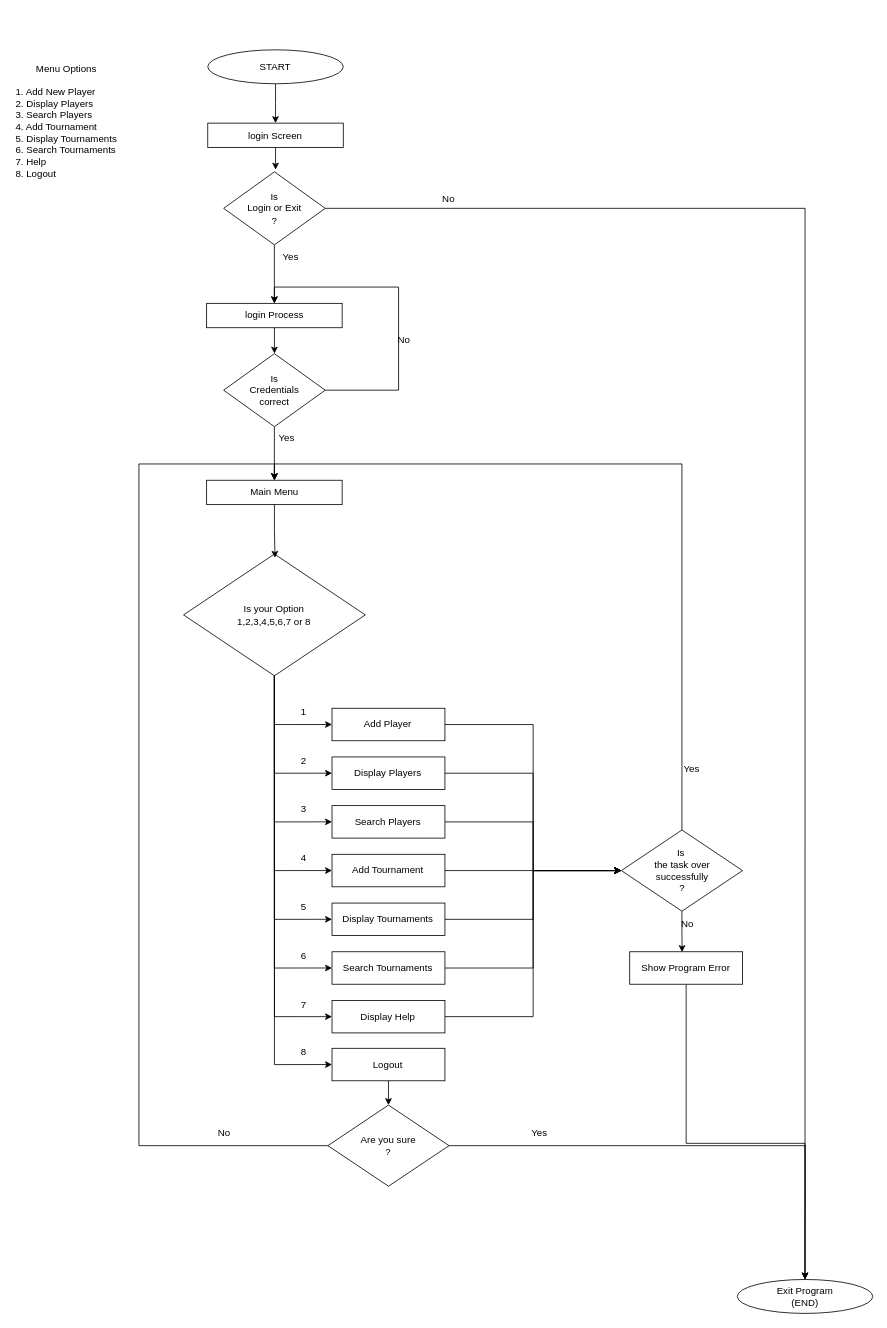
Anuja-jayasinghe/DrawIo_Projects keeps this draw.io diagram as javaChessAcademy.drawio. Above is the earlier version. Source tidied: cells renumbered, new cells numbered last; positions are measured from the earlier drawing's top-left corner, leaving out a move shared by most shapes. Both pictures are drawn from the tidied source at 81%, with x=0, y=0 at pixel (14, 49).
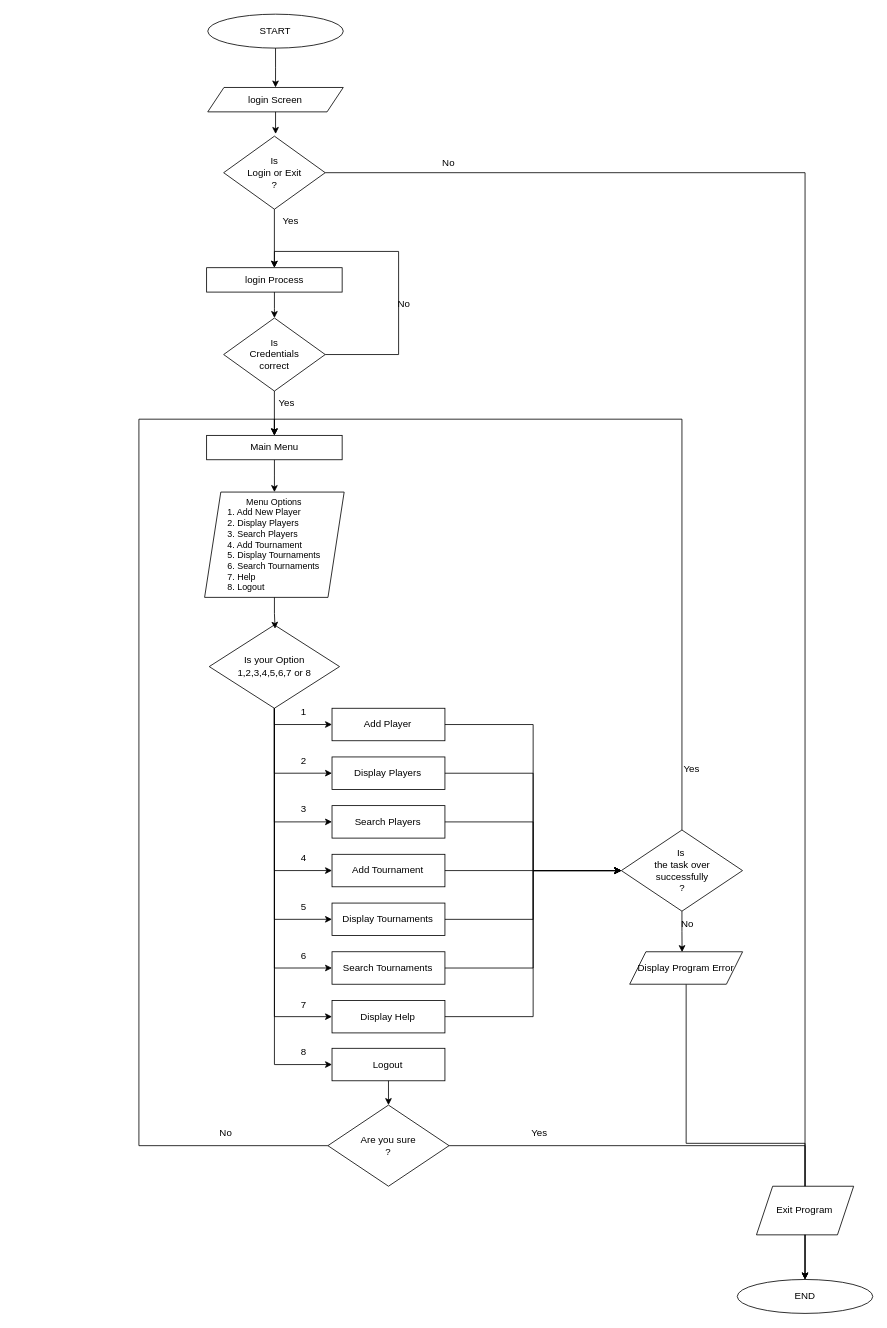
Above is the later version.

The change refers to these unchanged cells:
```xml
<mxCell id="34" value="&lt;div&gt;Is&amp;nbsp;&lt;/div&gt;&lt;div&gt;the task over&lt;/div&gt;&lt;div&gt;successfully&lt;/div&gt;&lt;div&gt;&lt;span style=&quot;background-color: transparent; color: light-dark(rgb(0, 0, 0), rgb(255, 255, 255));&quot;&gt;?&lt;/span&gt;&lt;/div&gt;" style="rhombus;whiteSpace=wrap;html=1;align=center;" parent="1" vertex="1">
  <mxGeometry x="749.6" y="963.2" width="149.6" height="100.2" as="geometry" />
</mxCell>
<mxCell id="39" value="&lt;div&gt;Are you sure&lt;/div&gt;&lt;div&gt;?&lt;/div&gt;" style="rhombus;whiteSpace=wrap;html=1;align=center;" parent="1" vertex="1">
  <mxGeometry x="387.3" y="1302.8" width="149.6" height="100.2" as="geometry" />
</mxCell>
```

The edit, as a diff of the source:
```diff
@@
     <mxCell id="3" value="START" style="ellipse;whiteSpace=wrap;html=1;" parent="1" vertex="1">
-      <mxGeometry x="239" width="167.3" height="41.9" as="geometry" />
+      <mxGeometry x="239" y="-44" width="167.3" height="41.9" as="geometry" />
     </mxCell>
@@
-    <mxCell id="5" value="Exit Program&lt;div&gt;(END)&lt;/div&gt;" style="ellipse;whiteSpace=wrap;html=1;" parent="1" vertex="1">
+    <mxCell id="5" value="END" style="ellipse;whiteSpace=wrap;html=1;" parent="1" vertex="1">
       <mxGeometry x="892.7" y="1518.1" width="167.3" height="41.9" as="geometry" />
     </mxCell>
@@
-    <mxCell id="7" value="login Screen" style="rounded=0;whiteSpace=wrap;html=1;" parent="1" vertex="1">
-      <mxGeometry x="239" y="90.5" width="167.3" height="30.1" as="geometry" />
+    <mxCell id="7" value="login Screen" style="shape=parallelogram;perimeter=parallelogramPerimeter;whiteSpace=wrap;html=1;fixedSize=1;" parent="1" vertex="1">
+      <mxGeometry x="239" y="46.5" width="167.3" height="30.1" as="geometry" />
     </mxCell>
     <mxCell id="8" value="Is&lt;div&gt;Login or Exit&lt;/div&gt;&lt;div&gt;?&lt;/div&gt;" style="rhombus;whiteSpace=wrap;html=1;" parent="1" vertex="1">
-      <mxGeometry x="258.6" y="150.6" width="125.4" height="90.2" as="geometry" />
+      <mxGeometry x="258.6" y="106.6" width="125.4" height="90.2" as="geometry" />
     </mxCell>
     <mxCell id="9" value="No" style="text;html=1;align=center;verticalAlign=middle;strokeColor=none;fillColor=none;" parent="1" vertex="1">
-      <mxGeometry x="516.4" y="168.7" width="40" height="30" as="geometry" />
+      <mxGeometry x="516.4" y="124.7" width="40" height="30" as="geometry" />
     </mxCell>
     <mxCell id="10" value="login Process" style="rounded=0;whiteSpace=wrap;html=1;" parent="1" vertex="1">
-      <mxGeometry x="237.6" y="313" width="167.3" height="30.1" as="geometry" />
+      <mxGeometry x="237.6" y="269" width="167.3" height="30.1" as="geometry" />
     </mxCell>
     <mxCell id="11" value="Is&lt;div&gt;Credentials&lt;/div&gt;&lt;div&gt;correct&lt;/div&gt;" style="rhombus;whiteSpace=wrap;html=1;" parent="1" vertex="1">
-      <mxGeometry x="258.6" y="375.1" width="125.4" height="90.2" as="geometry" />
+      <mxGeometry x="258.6" y="331.1" width="125.4" height="90.2" as="geometry" />
     </mxCell>
     <mxCell id="12" value="No" style="text;html=1;align=center;verticalAlign=middle;strokeColor=none;fillColor=none;" parent="1" vertex="1">
-      <mxGeometry x="460.7" y="343" width="40" height="30" as="geometry" />
+      <mxGeometry x="460.7" y="299" width="40" height="30" as="geometry" />
     </mxCell>
     <mxCell id="13" value="Yes" style="text;html=1;align=center;verticalAlign=middle;strokeColor=none;fillColor=none;" parent="1" vertex="1">
-      <mxGeometry x="320.7" y="240.8" width="40" height="30" as="geometry" />
+      <mxGeometry x="320.7" y="196.8" width="40" height="30" as="geometry" />
     </mxCell>
     <mxCell id="14" value="Yes" style="text;html=1;align=center;verticalAlign=middle;strokeColor=none;fillColor=none;" parent="1" vertex="1">
-      <mxGeometry x="315.7" y="465.2" width="40" height="30" as="geometry" />
+      <mxGeometry x="315.7" y="421.2" width="40" height="30" as="geometry" />
     </mxCell>
+    <mxCell id="67" style="edgeStyle=orthogonalEdgeStyle;rounded=0;jettySize=auto;html=1;" parent="1" edge="1" source="15" target="17">
+      <mxGeometry relative="1" as="geometry" />
+    </mxCell>
     <mxCell id="15" value="Main Menu" style="rounded=0;whiteSpace=wrap;html=1;" parent="1" vertex="1">
-      <mxGeometry x="237.6" y="531.4" width="167.3" height="30.1" as="geometry" />
+      <mxGeometry x="237.6" y="476" width="167.3" height="30.1" as="geometry" />
     </mxCell>
     <mxCell id="16" value="&lt;div&gt;Is your Option&lt;/div&gt;1,2,3,4,5,6,7 or 8" style="rhombus;whiteSpace=wrap;html=1;" parent="1" vertex="1">
-      <mxGeometry x="209.1" y="622.5" width="224.4" height="150.3" as="geometry" />
+      <mxGeometry x="240.8" y="710" width="160.9" height="102.9" as="geometry" />
     </mxCell>
-    <mxCell id="17" value="&lt;div style=&quot;text-align: center;&quot;&gt;Menu Options&lt;/div&gt;&lt;div&gt;&lt;br&gt;&lt;/div&gt;&lt;div&gt;1. Add New Player&lt;/div&gt;&lt;div&gt;2. Display Players&lt;/div&gt;&lt;div&gt;3. Search Players&lt;/div&gt;&lt;div&gt;4. Add Tournament&lt;/div&gt;&lt;div&gt;&lt;span style=&quot;background-color: transparent; color: light-dark(rgb(0, 0, 0), rgb(255, 255, 255));&quot;&gt;5. Display Tournaments&lt;/span&gt;&lt;/div&gt;&lt;div&gt;6. Search Tournaments&lt;/div&gt;&lt;div&gt;&lt;span style=&quot;background-color: transparent; color: light-dark(rgb(0, 0, 0), rgb(255, 255, 255));&quot;&gt;7. Help&lt;/span&gt;&lt;/div&gt;&lt;div style=&quot;&quot;&gt;8. Logout&lt;/div&gt;" style="text;html=1;align=left;verticalAlign=middle;points=[];strokeColor=none;fillColor=none;" parent="1" vertex="1">
-      <mxGeometry y="8.4" width="150" height="160" as="geometry" />
-    </mxCell>
@@
-    <mxCell id="36" value="Show Program Error" style="rounded=0;whiteSpace=wrap;html=1;" parent="1" vertex="1">
+    <mxCell id="36" value="Display Program Error" style="shape=parallelogram;perimeter=parallelogramPerimeter;whiteSpace=wrap;html=1;fixedSize=1;" parent="1" vertex="1">
       <mxGeometry x="759.9" y="1113.5" width="139.4" height="40.1" as="geometry" />
     </mxCell>
@@
     <mxCell id="40" value="No" style="text;html=1;align=center;verticalAlign=middle;strokeColor=none;fillColor=none;" parent="1" vertex="1">
-      <mxGeometry x="239" y="1322.9" width="40" height="30" as="geometry" />
+      <mxGeometry x="240.8" y="1322.9" width="40" height="30" as="geometry" />
     </mxCell>
@@
     <mxCell id="45" style="edgeStyle=orthogonalEdgeStyle;rounded=0;jettySize=auto;html=1;entryX=0.5;entryY=0;entryDx=0;entryDy=0;" parent="1" edge="1" source="11" target="10">
       <mxGeometry relative="1" as="geometry">
         <Array as="points">
-          <mxPoint x="474.6" y="421.2" />
-          <mxPoint x="474.6" y="292.9" />
-          <mxPoint x="321.3" y="292.9" />
+          <mxPoint x="474.6" y="377.2" />
+          <mxPoint x="474.6" y="248.9" />
+          <mxPoint x="321.3" y="248.9" />
         </Array>
       </mxGeometry>
     </mxCell>
@@
-    <mxCell id="47" style="edgeStyle=orthogonalEdgeStyle;rounded=0;jettySize=auto;html=1;entryX=0.503;entryY=0.031;entryDx=0;entryDy=0;entryPerimeter=0;" parent="1" edge="1" source="15" target="16">
-      <mxGeometry relative="1" as="geometry" />
-    </mxCell>
@@
     <mxCell id="63" style="edgeStyle=orthogonalEdgeStyle;rounded=0;jettySize=auto;html=1;entryX=0.5;entryY=0;entryDx=0;entryDy=0;" parent="1" edge="1" source="34" target="15">
       <mxGeometry relative="1" as="geometry">
         <Array as="points">
-          <mxPoint x="824.4" y="511.3" />
-          <mxPoint x="321.3" y="511.3" />
+          <mxPoint x="824" y="456" />
+          <mxPoint x="321" y="456" />
         </Array>
       </mxGeometry>
     </mxCell>
@@
     <mxCell id="66" style="edgeStyle=orthogonalEdgeStyle;rounded=0;jettySize=auto;html=1;entryX=0.5;entryY=0;entryDx=0;entryDy=0;" parent="1" edge="1" source="39" target="15">
       <mxGeometry relative="1" as="geometry">
         <Array as="points">
-          <mxPoint x="154" y="1352.9" />
-          <mxPoint x="154" y="511.3" />
-          <mxPoint x="321.3" y="511.3" />
+          <mxPoint x="154" y="1353" />
+          <mxPoint x="154" y="456" />
+          <mxPoint x="321" y="456" />
         </Array>
       </mxGeometry>
     </mxCell>
+    <mxCell id="68" value="Exit Program" style="shape=parallelogram;perimeter=parallelogramPerimeter;whiteSpace=wrap;html=1;fixedSize=1;" parent="1" vertex="1">
+      <mxGeometry x="916.4" y="1403" width="120" height="60" as="geometry" />
+    </mxCell>
+    <mxCell id="17" value="&lt;div style=&quot;line-height: 110%;&quot;&gt;&lt;div style=&quot;text-wrap-mode: nowrap;&quot;&gt;&lt;font style=&quot;font-size: 11px; line-height: 110%;&quot;&gt;Menu Options&lt;/font&gt;&lt;/div&gt;&lt;div style=&quot;text-align: left; text-wrap-mode: nowrap;&quot;&gt;&lt;font style=&quot;font-size: 11px; line-height: 110%;&quot;&gt;1. Add New Player&lt;/font&gt;&lt;/div&gt;&lt;div style=&quot;text-align: left; text-wrap-mode: nowrap;&quot;&gt;&lt;font style=&quot;font-size: 11px;&quot;&gt;2. Display Players&lt;/font&gt;&lt;/div&gt;&lt;div style=&quot;text-align: left; text-wrap-mode: nowrap;&quot;&gt;&lt;font style=&quot;font-size: 11px;&quot;&gt;3. Search Players&lt;/font&gt;&lt;/div&gt;&lt;div style=&quot;text-align: left; text-wrap-mode: nowrap;&quot;&gt;&lt;font style=&quot;font-size: 11px;&quot;&gt;4. Add Tournament&lt;/font&gt;&lt;/div&gt;&lt;div style=&quot;text-align: left; text-wrap-mode: nowrap;&quot;&gt;&lt;span style=&quot;background-color: transparent; color: light-dark(rgb(0, 0, 0), rgb(255, 255, 255));&quot;&gt;&lt;font style=&quot;font-size: 11px;&quot;&gt;5. Display Tournaments&lt;/font&gt;&lt;/span&gt;&lt;/div&gt;&lt;div style=&quot;text-align: left; text-wrap-mode: nowrap;&quot;&gt;&lt;font style=&quot;font-size: 11px;&quot;&gt;6. Search Tournaments&lt;/font&gt;&lt;/div&gt;&lt;div style=&quot;text-align: left; text-wrap-mode: nowrap;&quot;&gt;&lt;span style=&quot;background-color: transparent; color: light-dark(rgb(0, 0, 0), rgb(255, 255, 255));&quot;&gt;&lt;font style=&quot;font-size: 11px;&quot;&gt;7. Help&lt;/font&gt;&lt;/span&gt;&lt;/div&gt;&lt;div style=&quot;text-align: left; text-wrap-mode: nowrap;&quot;&gt;&lt;font style=&quot;font-size: 11px;&quot;&gt;8. Logout&lt;/font&gt;&lt;/div&gt;&lt;/div&gt;" style="shape=parallelogram;perimeter=parallelogramPerimeter;whiteSpace=wrap;html=1;fixedSize=1;" parent="1" vertex="1">
+      <mxGeometry x="235.1" y="546" width="172.3" height="130" as="geometry" />
+    </mxCell>
+    <mxCell id="69" style="edgeStyle=orthogonalEdgeStyle;rounded=0;jettySize=auto;html=1;entryX=0.505;entryY=0.046;entryDx=0;entryDy=0;entryPerimeter=0;" parent="1" edge="1" source="17" target="16">
+      <mxGeometry relative="1" as="geometry" />
+    </mxCell>
```
